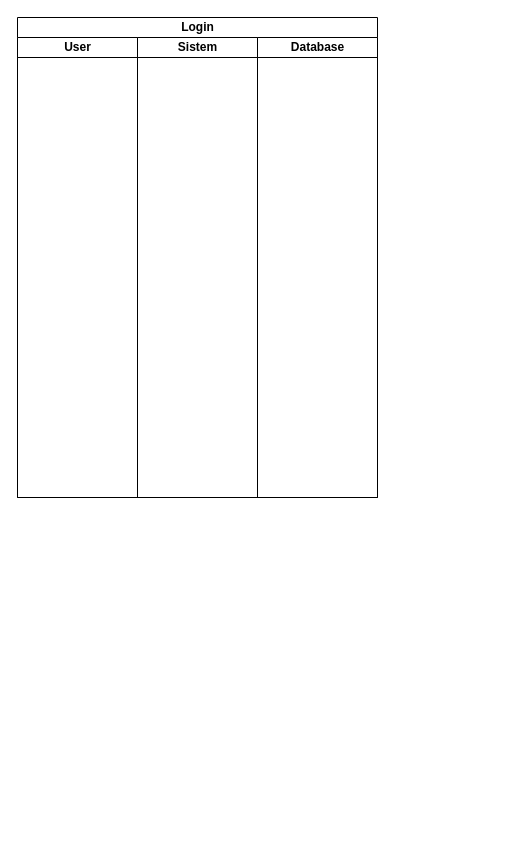
This is page "Login" (4 of 6) of activity diagram gis.drawio from AmirRazer/DrawIoErd, a draw.io file, before an edit. Source tidied: cells renumbered, new cells numbered last; positions are measured from the earlier drawing's top-left corner, leaving out a move shared by most shapes. Both pictures are drawn from the tidied source at 100%, with x=0, y=0 at pixel (17, 17).
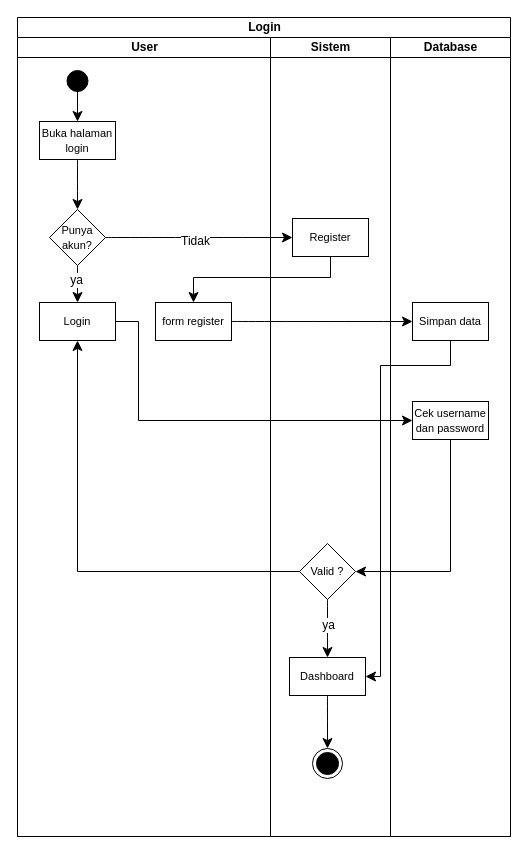
The same page after the edit.

Change to the diagram source:
```diff
@@
     <mxCell id="2" value="Login" style="swimlane;startSize=20;html=1;" parent="1" vertex="1">
-      <mxGeometry width="360" height="480" as="geometry" />
+      <mxGeometry width="493" height="819" as="geometry" />
     </mxCell>
     <mxCell id="3" value="User" style="swimlane;startSize=20;html=1;" parent="2" vertex="1">
-      <mxGeometry y="20" width="120" height="460" as="geometry" />
+      <mxGeometry y="20" width="253" height="799" as="geometry" />
     </mxCell>
+    <mxCell id="6" style="edgeStyle=none;curved=1;rounded=0;jettySize=auto;html=1;fontSize=12;startSize=8;endSize=8;" parent="3" edge="1" source="7" target="9">
+      <mxGeometry relative="1" as="geometry" />
+    </mxCell>
+    <mxCell id="7" style="ellipse;whiteSpace=wrap;html=1;fillColor=#000000;" parent="3" vertex="1">
+      <mxGeometry x="49.5" y="33" width="21" height="21" as="geometry" />
+    </mxCell>
+    <mxCell id="8" style="edgeStyle=none;curved=1;rounded=0;jettySize=auto;html=1;entryX=0.5;entryY=0;entryDx=0;entryDy=0;fontSize=12;startSize=8;endSize=8;" parent="3" edge="1" source="9" target="12">
+      <mxGeometry relative="1" as="geometry" />
+    </mxCell>
+    <mxCell id="9" value="&lt;font style=&quot;font-size: 11px;&quot;&gt;Buka halaman login&lt;/font&gt;" style="rounded=0;whiteSpace=wrap;html=1;" parent="3" vertex="1">
+      <mxGeometry x="22" y="84" width="76" height="38" as="geometry" />
+    </mxCell>
+    <mxCell id="10" style="edgeStyle=none;curved=1;rounded=0;jettySize=auto;html=1;entryX=0.5;entryY=0;entryDx=0;entryDy=0;fontSize=12;startSize=8;endSize=8;" parent="3" edge="1" source="12" target="13">
+      <mxGeometry relative="1" as="geometry" />
+    </mxCell>
+    <mxCell id="11" value="ya" style="edgeLabel;html=1;align=center;verticalAlign=middle;fontSize=12;" parent="10" vertex="1">
+      <mxGeometry x="-0.25" y="-2" relative="1" as="geometry" />
+    </mxCell>
+    <mxCell id="12" value="&lt;font style=&quot;font-size: 11px;&quot;&gt;Punya akun?&lt;/font&gt;" style="rhombus;whiteSpace=wrap;html=1;" parent="3" vertex="1">
+      <mxGeometry x="32" y="172" width="56" height="56" as="geometry" />
+    </mxCell>
+    <mxCell id="13" value="&lt;font style=&quot;font-size: 11px;&quot;&gt;Login&lt;/font&gt;" style="rounded=0;whiteSpace=wrap;html=1;" parent="3" vertex="1">
+      <mxGeometry x="22" y="265" width="76" height="38" as="geometry" />
+    </mxCell>
+    <mxCell id="14" value="&lt;font style=&quot;font-size: 11px;&quot;&gt;form register&lt;/font&gt;" style="rounded=0;whiteSpace=wrap;html=1;" parent="3" vertex="1">
+      <mxGeometry x="138" y="265" width="76" height="38" as="geometry" />
+    </mxCell>
     <mxCell id="4" value="Sistem" style="swimlane;startSize=20;html=1;" parent="2" vertex="1">
-      <mxGeometry x="120" y="20" width="120" height="460" as="geometry" />
+      <mxGeometry x="253" y="20" width="120" height="799" as="geometry" />
     </mxCell>
+    <mxCell id="15" value="&lt;font style=&quot;font-size: 11px;&quot;&gt;Register&lt;/font&gt;" style="rounded=0;whiteSpace=wrap;html=1;" parent="4" vertex="1">
+      <mxGeometry x="22" y="181" width="76" height="38" as="geometry" />
+    </mxCell>
+    <mxCell id="16" style="edgeStyle=none;curved=1;rounded=0;jettySize=auto;html=1;fontSize=12;startSize=8;endSize=8;" parent="4" edge="1" source="18" target="20">
+      <mxGeometry relative="1" as="geometry" />
+    </mxCell>
+    <mxCell id="17" value="ya" style="edgeLabel;html=1;align=center;verticalAlign=middle;fontSize=12;" parent="16" vertex="1">
+      <mxGeometry x="-0.14" relative="1" as="geometry" />
+    </mxCell>
+    <mxCell id="18" value="&lt;font style=&quot;font-size: 11px;&quot;&gt;Valid ?&lt;/font&gt;" style="rhombus;whiteSpace=wrap;html=1;" parent="4" vertex="1">
+      <mxGeometry x="29" y="506" width="56" height="56" as="geometry" />
+    </mxCell>
+    <mxCell id="19" style="edgeStyle=none;curved=1;rounded=0;jettySize=auto;html=1;entryX=0.5;entryY=0;entryDx=0;entryDy=0;fontSize=12;startSize=8;endSize=8;" parent="4" edge="1" source="20" target="21">
+      <mxGeometry relative="1" as="geometry" />
+    </mxCell>
+    <mxCell id="20" value="&lt;font style=&quot;font-size: 11px;&quot;&gt;Dashboard&lt;/font&gt;" style="rounded=0;whiteSpace=wrap;html=1;" parent="4" vertex="1">
+      <mxGeometry x="19" y="620" width="76" height="38" as="geometry" />
+    </mxCell>
+    <mxCell id="21" style="ellipse;html=1;shape=endState;fillColor=#000000;strokeColor=#000000;" parent="4" vertex="1">
+      <mxGeometry x="42" y="711" width="30" height="30" as="geometry" />
+    </mxCell>
     <mxCell id="5" value="Database" style="swimlane;startSize=20;html=1;" parent="2" vertex="1">
-      <mxGeometry x="240" y="20" width="120" height="460" as="geometry" />
+      <mxGeometry x="373" y="20" width="120" height="799" as="geometry" />
     </mxCell>
+    <mxCell id="22" value="&lt;font style=&quot;font-size: 11px;&quot;&gt;Cek username dan password&lt;/font&gt;" style="rounded=0;whiteSpace=wrap;html=1;" parent="5" vertex="1">
+      <mxGeometry x="22" y="364" width="76" height="38" as="geometry" />
+    </mxCell>
+    <mxCell id="23" value="&lt;font style=&quot;font-size: 11px;&quot;&gt;Simpan data&lt;/font&gt;" style="rounded=0;whiteSpace=wrap;html=1;" parent="5" vertex="1">
+      <mxGeometry x="22" y="265" width="76" height="38" as="geometry" />
+    </mxCell>
+    <mxCell id="24" style="edgeStyle=none;curved=1;rounded=0;jettySize=auto;html=1;entryX=0;entryY=0.5;entryDx=0;entryDy=0;fontSize=12;startSize=8;endSize=8;" parent="2" edge="1" source="12" target="15">
+      <mxGeometry relative="1" as="geometry" />
+    </mxCell>
+    <mxCell id="25" value="Tidak" style="edgeLabel;html=1;align=center;verticalAlign=middle;fontSize=12;" parent="24" vertex="1">
+      <mxGeometry x="-0.05" y="-3" relative="1" as="geometry" />
+    </mxCell>
+    <mxCell id="26" style="edgeStyle=none;curved=0;rounded=0;jettySize=auto;html=1;entryX=0;entryY=0.5;entryDx=0;entryDy=0;fontSize=12;startSize=8;endSize=8;exitX=1;exitY=0.5;exitDx=0;exitDy=0;" parent="2" edge="1" source="13" target="22">
+      <mxGeometry relative="1" as="geometry">
+        <Array as="points">
+          <mxPoint x="121" y="304" />
+          <mxPoint x="121" y="403" />
+        </Array>
+      </mxGeometry>
+    </mxCell>
+    <mxCell id="27" style="edgeStyle=none;curved=0;rounded=0;jettySize=auto;html=1;entryX=1;entryY=0.5;entryDx=0;entryDy=0;fontSize=12;startSize=8;endSize=8;" parent="2" edge="1" source="22" target="18">
+      <mxGeometry relative="1" as="geometry">
+        <Array as="points">
+          <mxPoint x="433" y="554" />
+        </Array>
+      </mxGeometry>
+    </mxCell>
+    <mxCell id="28" style="edgeStyle=none;curved=0;rounded=0;jettySize=auto;html=1;entryX=0.5;entryY=1;entryDx=0;entryDy=0;fontSize=12;startSize=8;endSize=8;" parent="2" edge="1" source="18" target="13">
+      <mxGeometry relative="1" as="geometry">
+        <Array as="points">
+          <mxPoint x="60" y="554" />
+        </Array>
+      </mxGeometry>
+    </mxCell>
+    <mxCell id="29" style="edgeStyle=none;curved=0;rounded=0;jettySize=auto;html=1;entryX=0.5;entryY=0;entryDx=0;entryDy=0;fontSize=12;startSize=8;endSize=8;" parent="2" edge="1" source="15" target="14">
+      <mxGeometry relative="1" as="geometry">
+        <Array as="points">
+          <mxPoint x="313" y="260" />
+          <mxPoint x="176" y="260" />
+        </Array>
+      </mxGeometry>
+    </mxCell>
+    <mxCell id="30" style="edgeStyle=none;curved=1;rounded=0;jettySize=auto;html=1;entryX=0;entryY=0.5;entryDx=0;entryDy=0;fontSize=12;startSize=8;endSize=8;" parent="2" edge="1" source="14" target="23">
+      <mxGeometry relative="1" as="geometry" />
+    </mxCell>
+    <mxCell id="31" style="edgeStyle=none;curved=0;rounded=0;jettySize=auto;html=1;entryX=1;entryY=0.5;entryDx=0;entryDy=0;fontSize=12;startSize=8;endSize=8;" parent="2" edge="1" source="23" target="20">
+      <mxGeometry relative="1" as="geometry">
+        <Array as="points">
+          <mxPoint x="433" y="348" />
+          <mxPoint x="363" y="348" />
+          <mxPoint x="363" y="659" />
+        </Array>
+      </mxGeometry>
+    </mxCell>
```
